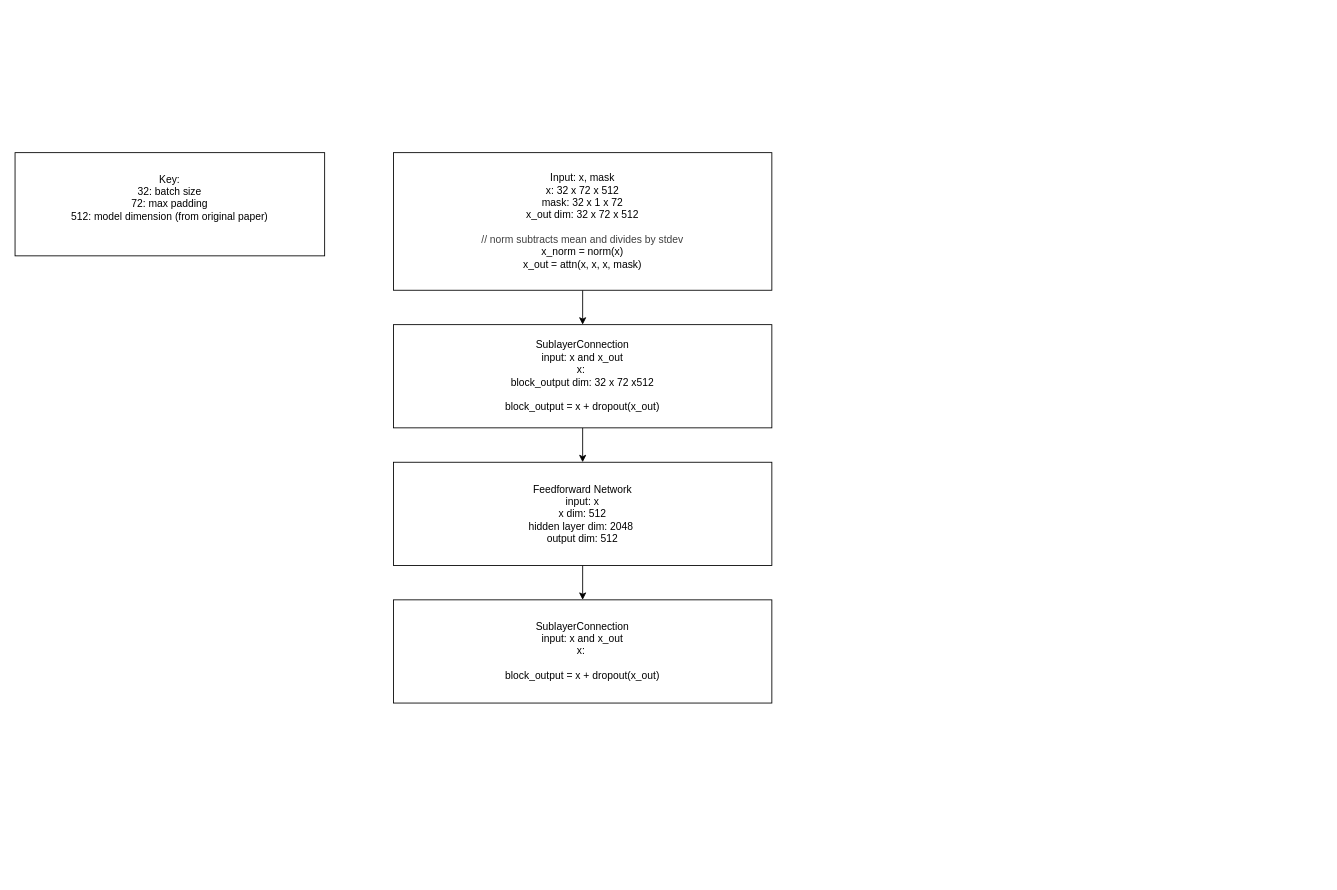
Above: transformers/attn/diagrams.drawio in niceyeti/DeepSeq (draw.io), before the change. Source tidied: cells renumbered, new cells numbered last; positions are measured from the earlier drawing's top-left corner, leaving out a move shared by most shapes. Both pictures are drawn from the tidied source at 86%, with x=0, y=0 at pixel (15, 152).
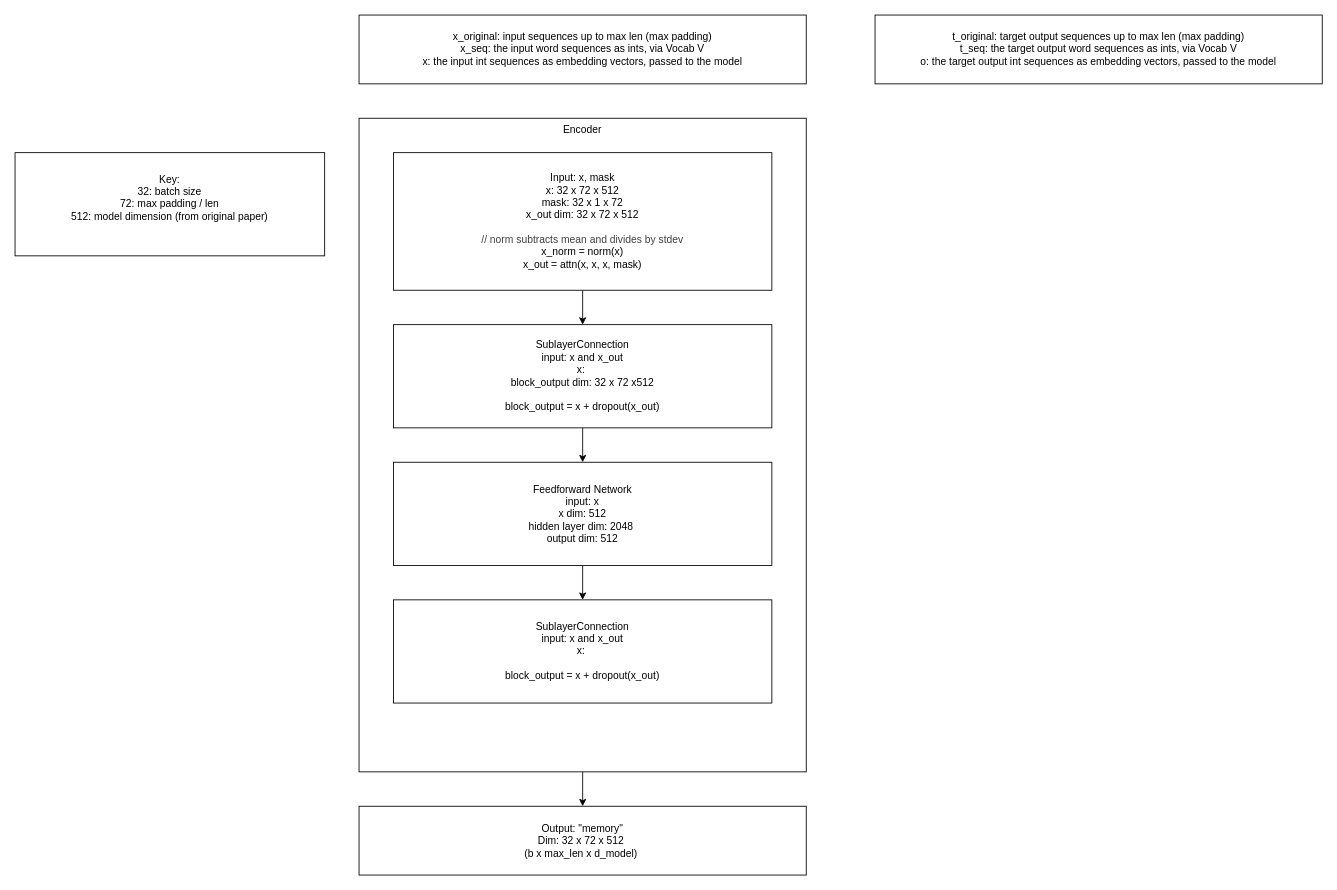
The same diagram, later.

Commit message (it also covers changes not shown here):
wip: fixes padding dimension error when last dimension is incorrect by inferring correct dimension in attention() func

The edit, as a diff of the source:
```diff
@@
 <mxGraphModel>
   <root>
     <mxCell id="0" />
     <mxCell id="1" parent="0" />
+    <mxCell id="10" style="edgeStyle=none;html=1;" parent="1" edge="1" source="11" target="14">
+      <mxGeometry relative="1" as="geometry" />
+    </mxCell>
+    <mxCell id="11" value="Encoder" style="rounded=0;whiteSpace=wrap;html=1;verticalAlign=top;" parent="1" vertex="1">
+      <mxGeometry x="400" y="-40" width="520" height="760" as="geometry" />
+    </mxCell>
     <mxCell id="2" style="edgeStyle=none;html=1;" parent="1" edge="1" source="3" target="7">
       <mxGeometry relative="1" as="geometry" />
     </mxCell>
     <mxCell id="3" value="SublayerConnection&lt;div&gt;input: x and x_out&lt;/div&gt;&lt;div&gt;x:&amp;nbsp;&lt;/div&gt;&lt;div&gt;block_output dim: 32 x 72 x512&lt;/div&gt;&lt;div&gt;&lt;br&gt;&lt;/div&gt;&lt;div&gt;block_output = x + dropout(x_out)&lt;/div&gt;" style="rounded=0;whiteSpace=wrap;html=1;" parent="1" vertex="1">
       <mxGeometry x="440" y="200" width="440" height="120" as="geometry" />
     </mxCell>
     <mxCell id="4" style="edgeStyle=none;html=1;" parent="1" edge="1" source="5" target="3">
       <mxGeometry relative="1" as="geometry" />
     </mxCell>
     <mxCell id="5" value="&lt;div&gt;Input: x, mask&lt;/div&gt;&lt;div&gt;x: 32 x 72 x 512&lt;/div&gt;&lt;div&gt;mask: 32 x 1 x 72&lt;/div&gt;&lt;div&gt;x_out dim: 32 x 72 x 512&lt;/div&gt;&lt;div&gt;&lt;br&gt;&lt;/div&gt;&lt;div&gt;&lt;span style=&quot;color: rgb(63, 63, 63);&quot;&gt;// norm subtracts mean and divides by stdev&lt;/span&gt;&lt;/div&gt;&lt;div&gt;x_norm = norm(x)&lt;/div&gt;&lt;div&gt;x_out = attn(x, x, x, mask)&lt;/div&gt;" style="rounded=0;whiteSpace=wrap;html=1;" parent="1" vertex="1">
       <mxGeometry x="440" width="440" height="160" as="geometry" />
     </mxCell>
     <mxCell id="6" style="edgeStyle=none;html=1;" parent="1" edge="1" source="7" target="8">
       <mxGeometry relative="1" as="geometry" />
     </mxCell>
     <mxCell id="7" value="Feedforward Network&lt;br&gt;input: x&lt;div&gt;&lt;font color=&quot;#000000&quot;&gt;x dim: 512&lt;br&gt;&lt;/font&gt;&lt;div&gt;hidden layer dim: 2048&amp;nbsp;&lt;/div&gt;&lt;/div&gt;&lt;div&gt;output dim: 512&lt;/div&gt;" style="rounded=0;whiteSpace=wrap;html=1;" parent="1" vertex="1">
       <mxGeometry x="440" y="360" width="440" height="120" as="geometry" />
     </mxCell>
     <mxCell id="8" value="SublayerConnection&lt;div&gt;input: x and x_out&lt;/div&gt;&lt;div&gt;x:&amp;nbsp;&lt;/div&gt;&lt;div&gt;&lt;br&gt;&lt;/div&gt;&lt;div&gt;block_output = x + dropout(x_out)&lt;/div&gt;" style="rounded=0;whiteSpace=wrap;html=1;" parent="1" vertex="1">
       <mxGeometry x="440" y="520" width="440" height="120" as="geometry" />
     </mxCell>
-    <mxCell id="9" value="Key:&lt;div&gt;32: batch size&lt;/div&gt;&lt;div&gt;72: max padding&lt;/div&gt;&lt;div&gt;512: model dimension (from original paper)&lt;/div&gt;&lt;div&gt;&lt;br&gt;&lt;/div&gt;" style="rounded=0;whiteSpace=wrap;html=1;" parent="1" vertex="1">
+    <mxCell id="9" value="Key:&lt;div&gt;32: batch size&lt;/div&gt;&lt;div&gt;72: max padding / len&lt;/div&gt;&lt;div&gt;512: model dimension (from original paper)&lt;/div&gt;&lt;div&gt;&lt;br&gt;&lt;/div&gt;" style="rounded=0;whiteSpace=wrap;html=1;" parent="1" vertex="1">
       <mxGeometry width="360" height="120" as="geometry" />
     </mxCell>
+    <mxCell id="12" value="x_original: input sequences up to max len (max padding)&lt;div&gt;x_seq: the input word sequences as ints, via Vocab V&lt;br&gt;x: the input int sequences as embedding vectors, passed to the model&lt;/div&gt;" style="rounded=0;whiteSpace=wrap;html=1;" parent="1" vertex="1">
+      <mxGeometry x="400" y="-160" width="520" height="80" as="geometry" />
+    </mxCell>
+    <mxCell id="13" value="t_original: target output sequences up to max len (max padding)&lt;div&gt;t_seq: the target output word sequences as ints, via Vocab V&lt;br&gt;o: the target output int sequences as embedding vectors, passed to the model&lt;/div&gt;" style="rounded=0;whiteSpace=wrap;html=1;" parent="1" vertex="1">
+      <mxGeometry x="1000" y="-160" width="520" height="80" as="geometry" />
+    </mxCell>
+    <mxCell id="14" value="Output: &quot;memory&quot;&lt;div&gt;Dim: 32 x 72 x 512&amp;nbsp;&lt;/div&gt;&lt;div&gt;(b x max_len x d_model)&amp;nbsp;&lt;/div&gt;" style="rounded=0;whiteSpace=wrap;html=1;" parent="1" vertex="1">
+      <mxGeometry x="400" y="760" width="520" height="80" as="geometry" />
+    </mxCell>
   </root>
 </mxGraphModel>
```
